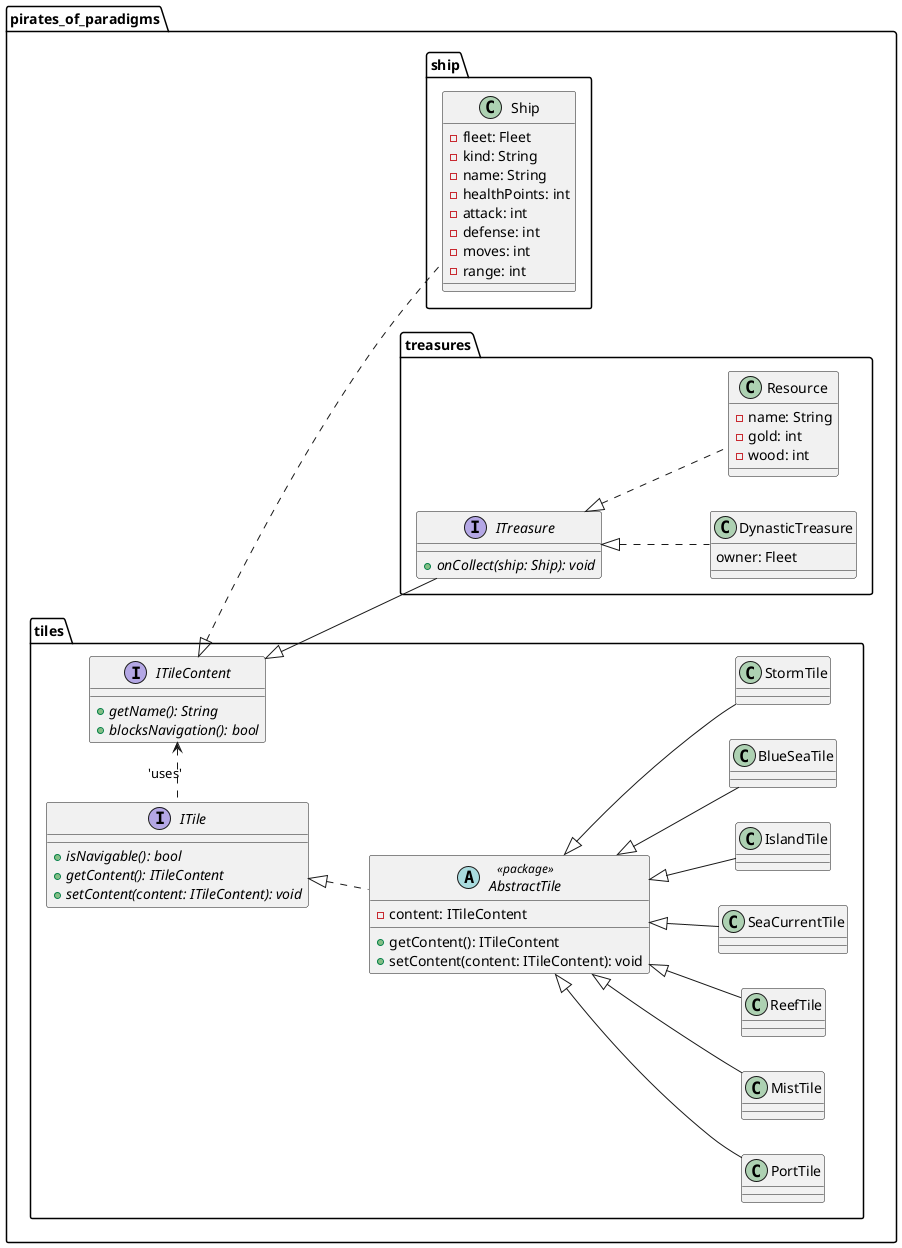
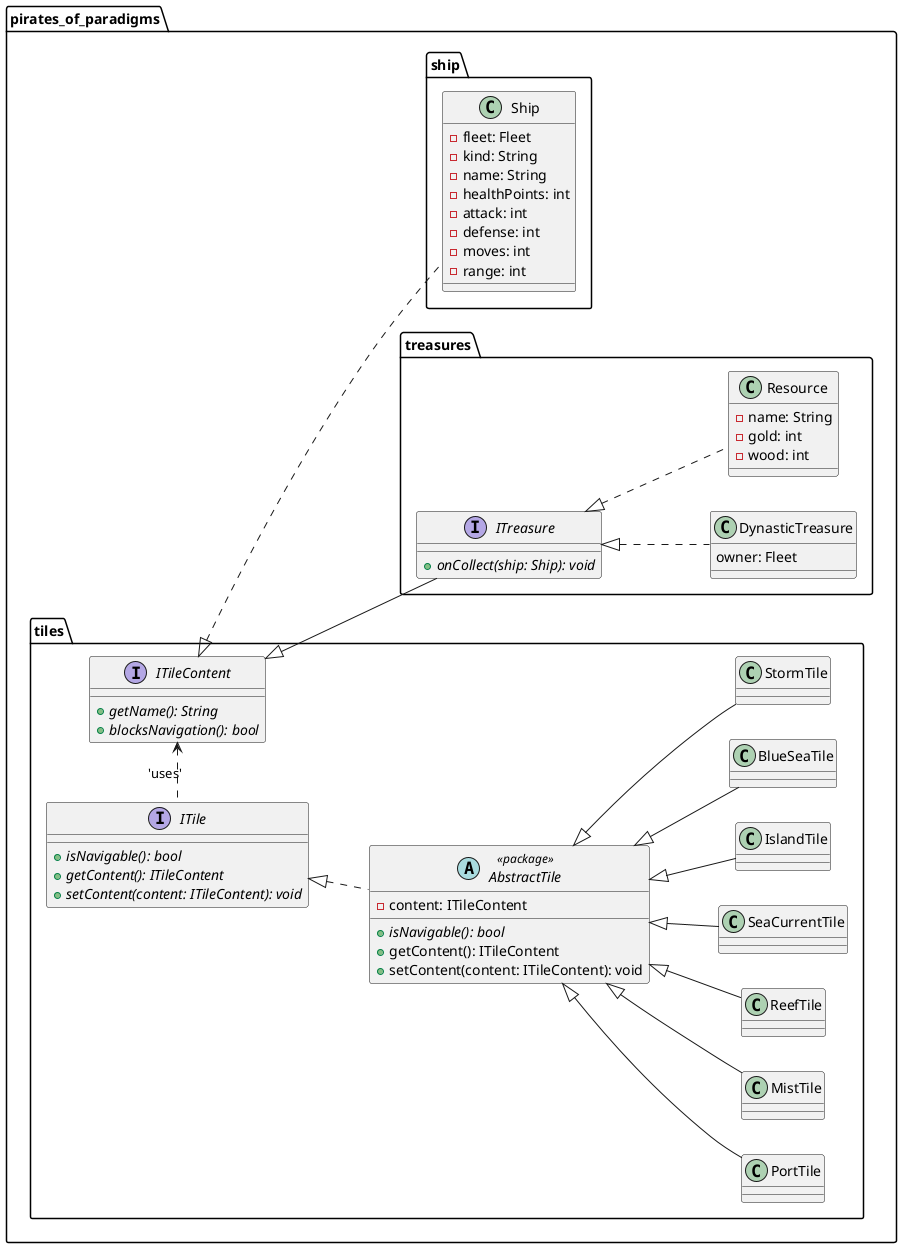
@startuml
left to right direction

package "pirates_of_paradigms" {
    package "tiles" {
        interface ITile
        interface ITileContent
        abstract AbstractTile <<package>> implements ITile
        class BlueSeaTile extends AbstractTile
        class StormTile extends AbstractTile
        class PortTile extends AbstractTile
        class MistTile extends AbstractTile
        class ReefTile extends AbstractTile
        class SeaCurrentTile extends AbstractTile
        class IslandTile extends AbstractTile
        ITileContent <. ITile : 'uses'
    }

    package "treasures" {
        interface ITreasure implements pirates_of_paradigms.tiles.ITileContent
        class Resource implements ITreasure
        class DynasticTreasure implements ITreasure
    }

    package "ship" {
        class Ship implements pirates_of_paradigms.tiles.ITileContent
    }
}

' ################################################################
' Esta sección es para definir miembros y metodos
' ################################################################

interface pirates_of_paradigms.tiles.ITile {
    + {abstract} isNavigable(): bool
    + {abstract} getContent(): ITileContent
    + {abstract} setContent(content: ITileContent): void
}

interface pirates_of_paradigms.tiles.ITileContent {
    + {abstract} getName(): String
    + {abstract} blocksNavigation(): bool
}

abstract pirates_of_paradigms.tiles.AbstractTile {
    - content: ITileContent
+     + {abstract} isNavigable(): bool
    + getContent(): ITileContent
    + setContent(content: ITileContent): void
}

interface pirates_of_paradigms.treasures.ITreasure {
    + {abstract} onCollect(ship: Ship): void
}

class pirates_of_paradigms.treasures.Resource {
    - name: String
    - gold: int
    - wood: int
}

class pirates_of_paradigms.treasures.DynasticTreasure {
    owner: Fleet
}

class pirates_of_paradigms.ship.Ship {
    - fleet: Fleet
    - kind: String
    - name: String
    - healthPoints: int
    - attack: int
    - defense: int
    - moves: int
    - range: int
}

@enduml